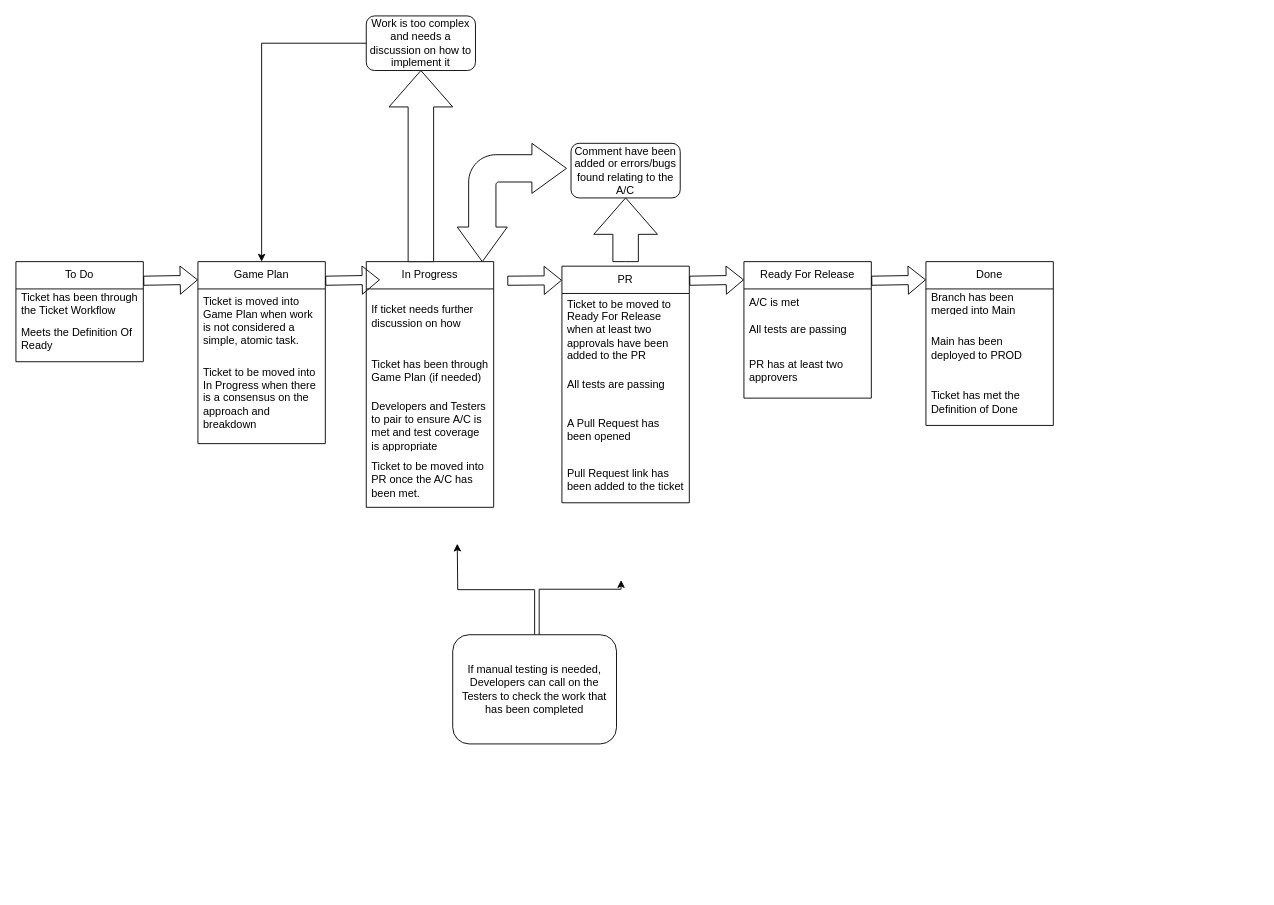
Before: Untitled Diagram.drawio in EmmaHawkins/test_flows, a draw.io diagram. Source tidied: cells renumbered, new cells numbered last; positions are measured from the earlier drawing's top-left corner, leaving out a move shared by most shapes. Both pictures are drawn from the tidied source at 91%, with x=0, y=0 at pixel (15, 15).
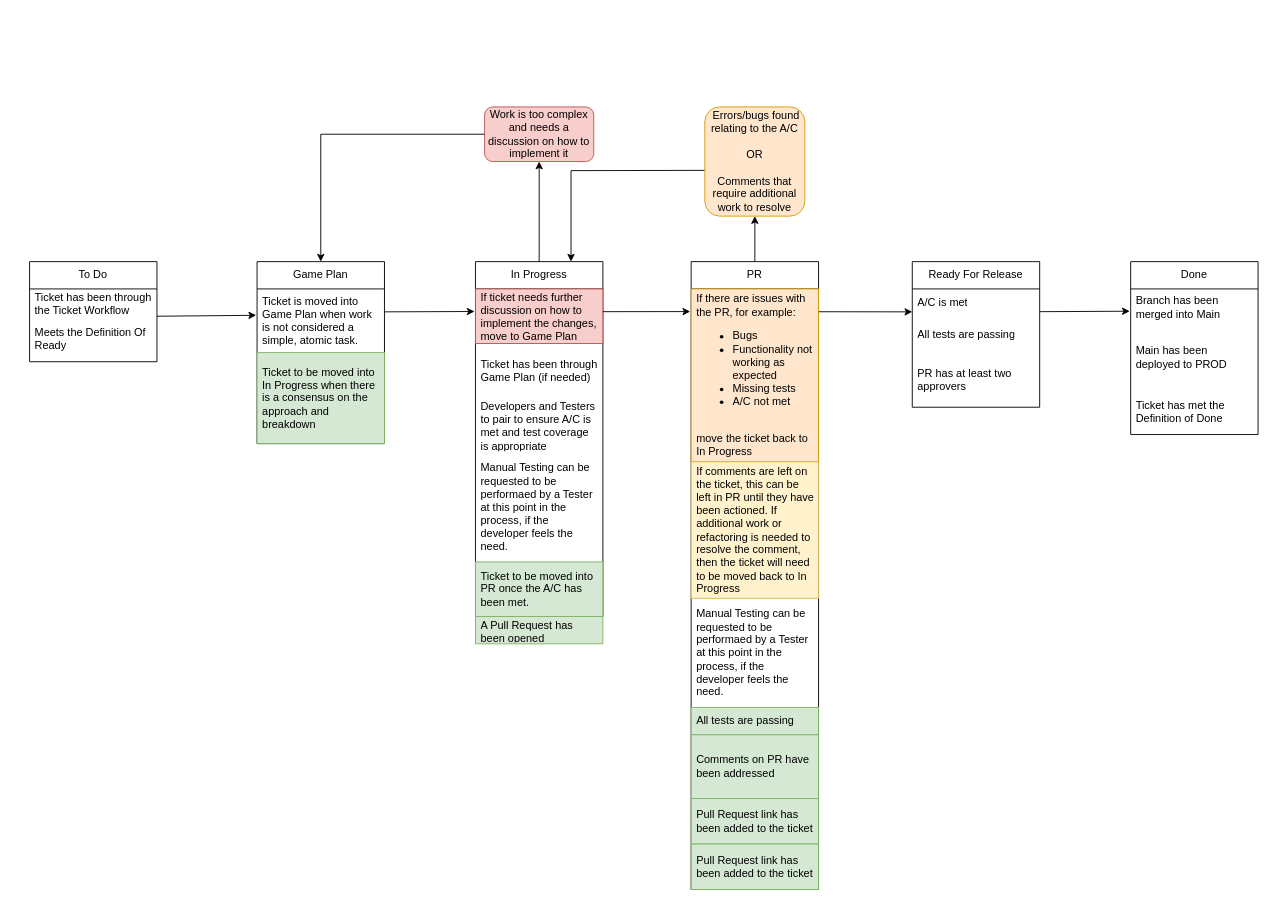
The same page after the edit.

The change refers to these unchanged cells:
```xml
<mxCell id="6" value="Ticket is moved into Game Plan when work is not considered a simple, atomic task." style="text;strokeColor=none;fillColor=none;align=left;verticalAlign=middle;spacingLeft=4;spacingRight=4;overflow=hidden;points=[[0,0.5],[1,0.5]];portConstraint=eastwest;whiteSpace=wrap;html=1;" parent="5" vertex="1">
  <mxGeometry y="30" width="140" height="70" as="geometry" />
</mxCell>
```

What changed in the source:
```diff
@@
     <mxCell id="2" value="To Do" style="swimlane;fontStyle=0;horizontal=1;startSize=30;whiteSpace=wrap;html=1;" parent="1" vertex="1">
-      <mxGeometry y="270" width="140" height="110" as="geometry" />
+      <mxGeometry x="15" y="270" width="140" height="110" as="geometry" />
     </mxCell>
@@
     <mxCell id="5" value="Game Plan" style="swimlane;fontStyle=0;horizontal=1;startSize=30;whiteSpace=wrap;html=1;" parent="1" vertex="1">
-      <mxGeometry x="200" y="270" width="140" height="200" as="geometry" />
+      <mxGeometry x="265" y="270" width="140" height="200" as="geometry" />
     </mxCell>
@@
-    <mxCell id="7" value="Ticket to be moved into In Progress when there is a consensus on the approach and breakdown" style="text;strokeColor=none;fillColor=none;align=left;verticalAlign=middle;spacingLeft=4;spacingRight=4;overflow=hidden;whiteSpace=wrap;html=1;" parent="5" vertex="1">
+    <mxCell id="7" value="Ticket to be moved into In Progress when there is a consensus on the approach and breakdown" style="text;strokeColor=#82b366;fillColor=#d5e8d4;align=left;verticalAlign=middle;spacingLeft=4;spacingRight=4;overflow=hidden;whiteSpace=wrap;html=1;" parent="5" vertex="1">
       <mxGeometry y="100" width="140" height="100" as="geometry" />
     </mxCell>
     <mxCell id="8" value="In Progress" style="swimlane;fontStyle=0;horizontal=1;startSize=30;whiteSpace=wrap;html=1;" parent="1" vertex="1">
-      <mxGeometry x="385" y="270" width="140" height="270" as="geometry" />
+      <mxGeometry x="505" y="270" width="140" height="390" as="geometry" />
     </mxCell>
-    <mxCell id="9" value="If ticket needs further discussion on how" style="text;strokeColor=none;fillColor=none;align=left;verticalAlign=middle;spacingLeft=4;spacingRight=4;overflow=hidden;whiteSpace=wrap;html=1;" parent="8" vertex="1">
+    <mxCell id="9" value="If ticket needs further discussion on how to implement the changes, move to Game Plan" style="text;strokeColor=#b85450;fillColor=#f8cecc;align=left;verticalAlign=middle;spacingLeft=4;spacingRight=4;overflow=hidden;whiteSpace=wrap;html=1;" parent="8" vertex="1">
       <mxGeometry y="30" width="140" height="60" as="geometry" />
     </mxCell>
@@
+    <mxCell id="40" value="Manual Testing can be requested to be performaed by a Tester at this point in the process, if the developer feels the need." style="text;strokeColor=none;fillColor=none;align=left;verticalAlign=middle;spacingLeft=4;spacingRight=4;overflow=hidden;whiteSpace=wrap;html=1;" parent="8" vertex="1">
+      <mxGeometry y="210" width="140" height="120" as="geometry" />
+    </mxCell>
-    <mxCell id="12" value="Ticket to be moved into&amp;nbsp; PR once the A/C has been met." style="text;strokeColor=none;fillColor=none;align=left;verticalAlign=middle;spacingLeft=4;spacingRight=4;overflow=hidden;whiteSpace=wrap;html=1;" parent="8" vertex="1">
-      <mxGeometry y="210" width="140" height="60" as="geometry" />
+    <mxCell id="12" value="Ticket to be moved into&amp;nbsp; PR once the A/C has been met." style="text;strokeColor=#82b366;fillColor=#d5e8d4;align=left;verticalAlign=middle;spacingLeft=4;spacingRight=4;overflow=hidden;whiteSpace=wrap;html=1;" parent="8" vertex="1">
+      <mxGeometry y="330" width="140" height="60" as="geometry" />
     </mxCell>
+    <mxCell id="41" style="edgeStyle=orthogonalEdgeStyle;rounded=0;jettySize=auto;html=1;" parent="1" edge="1" source="13" target="33">
+      <mxGeometry relative="1" as="geometry" />
+    </mxCell>
     <mxCell id="13" value="PR" style="swimlane;fontStyle=0;horizontal=1;startSize=30;whiteSpace=wrap;html=1;" parent="1" vertex="1">
-      <mxGeometry x="600" y="275" width="140" height="260" as="geometry" />
+      <mxGeometry x="742" y="270" width="140" height="690" as="geometry" />
     </mxCell>
+    <mxCell id="42" value="&lt;span style=&quot;background-color: initial;&quot;&gt;If there are issues with the PR, for example:&amp;nbsp;&lt;br&gt;&lt;ul&gt;&lt;li&gt;Bugs&lt;/li&gt;&lt;li&gt;Functionality not working as expected&lt;/li&gt;&lt;li&gt;Missing tests&lt;/li&gt;&lt;li&gt;A/C not met&lt;/li&gt;&lt;/ul&gt;&lt;/span&gt;&lt;br&gt;move the ticket back to In Progress" style="text;strokeColor=#d79b00;fillColor=#ffe6cc;align=left;verticalAlign=middle;spacingLeft=4;spacingRight=4;overflow=hidden;points=[[0,0.5],[1,0.5]];portConstraint=eastwest;whiteSpace=wrap;html=1;" parent="13" vertex="1">
+      <mxGeometry y="30" width="140" height="190" as="geometry" />
+    </mxCell>
-    <mxCell id="14" value="Ticket to be moved to Ready For Release when at least two approvals have been added to the PR" style="text;strokeColor=none;fillColor=none;align=left;verticalAlign=middle;spacingLeft=4;spacingRight=4;overflow=hidden;whiteSpace=wrap;html=1;" parent="13" vertex="1">
-      <mxGeometry y="30" width="140" height="80" as="geometry" />
+    <mxCell id="14" value="If comments are left on the ticket, this can be left in PR until they have been actioned. If additional work or refactoring is needed to resolve the comment, then the ticket will need to be moved back to In Progress" style="text;strokeColor=#d6b656;fillColor=#fff2cc;align=left;verticalAlign=middle;spacingLeft=4;spacingRight=4;overflow=hidden;whiteSpace=wrap;html=1;" parent="13" vertex="1">
+      <mxGeometry y="220" width="140" height="150" as="geometry" />
     </mxCell>
+    <mxCell id="43" value="Manual Testing can be requested to be performaed by a Tester at this point in the process, if the developer feels the need." style="text;strokeColor=none;fillColor=none;align=left;verticalAlign=middle;spacingLeft=4;spacingRight=4;overflow=hidden;whiteSpace=wrap;html=1;" parent="13" vertex="1">
+      <mxGeometry y="370" width="140" height="120" as="geometry" />
+    </mxCell>
-    <mxCell id="15" value="All tests are passing" style="text;strokeColor=none;fillColor=none;align=left;verticalAlign=middle;spacingLeft=4;spacingRight=4;overflow=hidden;whiteSpace=wrap;html=1;" parent="13" vertex="1">
-      <mxGeometry y="110" width="140" height="40" as="geometry" />
+    <mxCell id="15" value="All tests are passing" style="text;strokeColor=#82b366;fillColor=#d5e8d4;align=left;verticalAlign=middle;spacingLeft=4;spacingRight=4;overflow=hidden;whiteSpace=wrap;html=1;" parent="13" vertex="1">
+      <mxGeometry y="490" width="140" height="30" as="geometry" />
     </mxCell>
-    <mxCell id="16" value="A Pull Request has been opened" style="text;strokeColor=none;fillColor=none;align=left;verticalAlign=middle;spacingLeft=4;spacingRight=4;overflow=hidden;whiteSpace=wrap;html=1;" parent="13" vertex="1">
-      <mxGeometry y="150" width="140" height="60" as="geometry" />
-    </mxCell>
+    <mxCell id="44" value="Comments on PR have been addressed" style="text;strokeColor=#82b366;fillColor=#d5e8d4;align=left;verticalAlign=middle;spacingLeft=4;spacingRight=4;overflow=hidden;whiteSpace=wrap;html=1;" parent="13" vertex="1">
+      <mxGeometry y="520" width="140" height="70" as="geometry" />
+    </mxCell>
+    <mxCell id="45" value="Pull Request link has been added to the ticket" style="text;strokeColor=#82b366;fillColor=#d5e8d4;align=left;verticalAlign=middle;spacingLeft=4;spacingRight=4;overflow=hidden;whiteSpace=wrap;html=1;" parent="13" vertex="1">
+      <mxGeometry y="590" width="140" height="50" as="geometry" />
+    </mxCell>
-    <mxCell id="17" value="Pull Request link has been added to the ticket" style="text;strokeColor=none;fillColor=none;align=left;verticalAlign=middle;spacingLeft=4;spacingRight=4;overflow=hidden;whiteSpace=wrap;html=1;" parent="13" vertex="1">
-      <mxGeometry y="210" width="140" height="50" as="geometry" />
+    <mxCell id="17" value="Pull Request link has been added to the ticket" style="text;strokeColor=#82b366;fillColor=#d5e8d4;align=left;verticalAlign=middle;spacingLeft=4;spacingRight=4;overflow=hidden;whiteSpace=wrap;html=1;" parent="13" vertex="1">
+      <mxGeometry y="640" width="140" height="50" as="geometry" />
     </mxCell>
     <mxCell id="18" value="Ready For Release" style="swimlane;fontStyle=0;horizontal=1;startSize=30;whiteSpace=wrap;html=1;" parent="1" vertex="1">
-      <mxGeometry x="800" y="270" width="140" height="150" as="geometry" />
+      <mxGeometry x="985" y="270" width="140" height="160" as="geometry" />
     </mxCell>
@@
     <mxCell id="20" value="All tests are passing" style="text;strokeColor=none;fillColor=none;align=left;verticalAlign=middle;spacingLeft=4;spacingRight=4;overflow=hidden;whiteSpace=wrap;html=1;" parent="18" vertex="1">
-      <mxGeometry y="60" width="140" height="30" as="geometry" />
+      <mxGeometry y="60" width="140" height="40" as="geometry" />
     </mxCell>
     <mxCell id="21" value="PR has at least two approvers" style="text;strokeColor=none;fillColor=none;align=left;verticalAlign=middle;spacingLeft=4;spacingRight=4;overflow=hidden;whiteSpace=wrap;html=1;" parent="18" vertex="1">
-      <mxGeometry y="90" width="140" height="60" as="geometry" />
+      <mxGeometry y="100" width="140" height="60" as="geometry" />
     </mxCell>
     <mxCell id="22" value="Done" style="swimlane;fontStyle=0;horizontal=1;startSize=30;whiteSpace=wrap;html=1;" parent="1" vertex="1">
-      <mxGeometry x="1000" y="270" width="140" height="180" as="geometry" />
+      <mxGeometry x="1225" y="270" width="140" height="190" as="geometry" />
     </mxCell>
     <mxCell id="23" value="Branch has been merged into Main" style="text;strokeColor=none;fillColor=none;align=left;verticalAlign=middle;spacingLeft=4;spacingRight=4;overflow=hidden;whiteSpace=wrap;html=1;" parent="22" vertex="1">
-      <mxGeometry y="30" width="140" height="30" as="geometry" />
+      <mxGeometry y="30" width="140" height="40" as="geometry" />
     </mxCell>
     <mxCell id="24" value="Main has been deployed to PROD" style="text;strokeColor=none;fillColor=none;align=left;verticalAlign=middle;spacingLeft=4;spacingRight=4;overflow=hidden;whiteSpace=wrap;html=1;" parent="22" vertex="1">
-      <mxGeometry y="60" width="140" height="70" as="geometry" />
+      <mxGeometry y="70" width="140" height="70" as="geometry" />
     </mxCell>
     <mxCell id="25" value="Ticket has met the Definition of Done" style="text;strokeColor=none;fillColor=none;align=left;verticalAlign=middle;spacingLeft=4;spacingRight=4;overflow=hidden;whiteSpace=wrap;html=1;" parent="22" vertex="1">
-      <mxGeometry y="130" width="140" height="50" as="geometry" />
+      <mxGeometry y="140" width="140" height="50" as="geometry" />
     </mxCell>
-    <mxCell id="26" style="shape=flexArrow;endArrow=classic;html=1;rounded=0;" parent="1" edge="1">
-      <mxGeometry relative="1" as="geometry">
-        <mxPoint x="340" y="291" as="sourcePoint" />
-        <mxPoint x="400" y="290" as="targetPoint" />
-      </mxGeometry>
-    </mxCell>
-    <mxCell id="27" style="shape=flexArrow;endArrow=classic;html=1;rounded=0;" parent="1" edge="1">
-      <mxGeometry relative="1" as="geometry">
-        <mxPoint x="540" y="291" as="sourcePoint" />
-        <mxPoint x="600" y="290" as="targetPoint" />
-        <Array as="points">
-          <mxPoint x="600" y="290.5" />
-        </Array>
-      </mxGeometry>
-    </mxCell>
-    <mxCell id="28" style="shape=flexArrow;endArrow=classic;html=1;rounded=0;" parent="1" edge="1">
-      <mxGeometry relative="1" as="geometry">
-        <mxPoint x="740" y="291" as="sourcePoint" />
-        <mxPoint x="800" y="290" as="targetPoint" />
-      </mxGeometry>
-    </mxCell>
-    <mxCell id="29" style="shape=flexArrow;endArrow=classic;html=1;rounded=0;" parent="1" edge="1">
-      <mxGeometry relative="1" as="geometry">
-        <mxPoint x="140" y="291" as="sourcePoint" />
-        <mxPoint x="200" y="290" as="targetPoint" />
-      </mxGeometry>
-    </mxCell>
-    <mxCell id="30" style="shape=flexArrow;endArrow=classic;html=1;rounded=0;" parent="1" edge="1">
-      <mxGeometry relative="1" as="geometry">
-        <mxPoint x="940" y="291" as="sourcePoint" />
-        <mxPoint x="1000" y="290" as="targetPoint" />
-      </mxGeometry>
-    </mxCell>
-    <mxCell id="31" value="Work is too complex and needs a discussion on how to implement it" style="rounded=1;whiteSpace=wrap;html=1;" parent="1" vertex="1">
-      <mxGeometry x="385" width="120" height="60" as="geometry" />
+    <mxCell id="31" value="Work is too complex and needs a discussion on how to implement it" style="rounded=1;whiteSpace=wrap;html=1;fillColor=#f8cecc;strokeColor=#b85450;" parent="1" vertex="1">
+      <mxGeometry x="515" y="100" width="120" height="60" as="geometry" />
     </mxCell>
-    <mxCell id="32" style="html=1;shadow=0;dashed=0;align=center;verticalAlign=middle;shape=mxgraph.arrows2.arrow;dy=0.6;dx=40;direction=north;notch=0;" parent="1" vertex="1">
-      <mxGeometry x="410" y="60" width="70" height="210" as="geometry" />
-    </mxCell>
-    <mxCell id="33" value="Comment have been added or errors/bugs found relating to the A/C" style="rounded=1;whiteSpace=wrap;html=1;" parent="1" vertex="1">
-      <mxGeometry x="610" y="140" width="120" height="60" as="geometry" />
+    <mxCell id="33" value="&amp;nbsp;Errors/bugs found relating to the A/C&lt;br&gt;&lt;br&gt;OR&lt;br&gt;&lt;br&gt;Comments that require additional work to resolve" style="rounded=1;whiteSpace=wrap;html=1;fillColor=#ffe6cc;strokeColor=#d79b00;" parent="1" vertex="1">
+      <mxGeometry x="757" y="100" width="110" height="120" as="geometry" />
     </mxCell>
-    <mxCell id="34" style="html=1;shadow=0;dashed=0;align=center;verticalAlign=middle;shape=mxgraph.arrows2.arrow;dy=0.6;dx=40;direction=north;notch=0;" parent="1" vertex="1">
-      <mxGeometry x="635" y="200" width="70" height="70" as="geometry" />
-    </mxCell>
-    <mxCell id="35" style="html=1;shadow=0;dashed=0;align=center;verticalAlign=middle;shape=mxgraph.arrows2.bendDoubleArrow;dy=15;dx=38;arrowHead=55;rounded=1;" parent="1" vertex="1">
-      <mxGeometry x="485" y="140" width="120" height="130" as="geometry" />
-    </mxCell>
-    <mxCell id="36" style="edgeStyle=orthogonalEdgeStyle;rounded=0;jettySize=auto;html=1;" parent="1" edge="1" source="37">
-      <mxGeometry relative="1" as="geometry">
-        <mxPoint x="485" y="580" as="targetPoint" />
-      </mxGeometry>
-    </mxCell>
-    <mxCell id="37" value="If manual testing is needed, Developers can call on the Testers to check the work that has been completed" style="rounded=1;whiteSpace=wrap;html=1;" parent="1" vertex="1">
-      <mxGeometry x="480" y="680" width="180" height="120" as="geometry" />
-    </mxCell>
-    <mxCell id="38" style="edgeStyle=orthogonalEdgeStyle;rounded=0;orthogonalLoop=1;jettySize=auto;html=1;" parent="1" edge="1">
-      <mxGeometry relative="1" as="geometry">
-        <mxPoint x="575" y="680" as="sourcePoint" />
-        <mxPoint x="665" y="620" as="targetPoint" />
-        <Array as="points">
-          <mxPoint x="575" y="630" />
-          <mxPoint x="665" y="630" />
-        </Array>
-      </mxGeometry>
-    </mxCell>
     <mxCell id="39" style="endArrow=classic;html=1;rounded=0;exitX=0;exitY=0.5;exitDx=0;exitDy=0;entryX=0.5;entryY=0;entryDx=0;entryDy=0;" parent="1" edge="1" source="31" target="5">
       <mxGeometry relative="1" as="geometry">
         <Array as="points">
-          <mxPoint x="270" y="30" />
+          <mxPoint x="335" y="130" />
         </Array>
       </mxGeometry>
     </mxCell>
+    <mxCell id="46" style="endArrow=classic;html=1;rounded=0;entryX=0.5;entryY=1;entryDx=0;entryDy=0;exitX=0.5;exitY=0;exitDx=0;exitDy=0;" parent="1" edge="1" source="8" target="31">
+      <mxGeometry relative="1" as="geometry" />
+    </mxCell>
+    <mxCell id="47" style="endArrow=classic;html=1;rounded=0;entryX=-0.007;entryY=0.414;entryDx=0;entryDy=0;entryPerimeter=0;" parent="1" edge="1" target="6">
+      <mxGeometry relative="1" as="geometry">
+        <mxPoint x="155" y="330" as="sourcePoint" />
+      </mxGeometry>
+    </mxCell>
+    <mxCell id="48" style="endArrow=classic;html=1;rounded=0;" parent="1" edge="1">
+      <mxGeometry relative="1" as="geometry">
+        <mxPoint x="405" y="325.2" as="sourcePoint" />
+        <mxPoint x="504" y="324.8" as="targetPoint" />
+      </mxGeometry>
+    </mxCell>
+    <mxCell id="49" style="endArrow=classic;html=1;rounded=0;entryX=-0.007;entryY=0.131;entryDx=0;entryDy=0;entryPerimeter=0;" parent="1" edge="1" target="42">
+      <mxGeometry relative="1" as="geometry">
+        <mxPoint x="645" y="325" as="sourcePoint" />
+      </mxGeometry>
+    </mxCell>
+    <mxCell id="50" style="endArrow=classic;html=1;rounded=0;exitX=1.003;exitY=0.132;exitDx=0;exitDy=0;exitPerimeter=0;" parent="1" edge="1" source="42">
+      <mxGeometry relative="1" as="geometry">
+        <mxPoint x="985" y="325.2" as="targetPoint" />
+      </mxGeometry>
+    </mxCell>
+    <mxCell id="51" style="endArrow=classic;html=1;rounded=0;" parent="1" edge="1">
+      <mxGeometry relative="1" as="geometry">
+        <mxPoint x="1125" y="325" as="sourcePoint" />
+        <mxPoint x="1224" y="324.5" as="targetPoint" />
+      </mxGeometry>
+    </mxCell>
+    <mxCell id="52" style="endArrow=classic;html=1;rounded=0;entryX=0.75;entryY=0;entryDx=0;entryDy=0;exitX=-0.004;exitY=0.581;exitDx=0;exitDy=0;exitPerimeter=0;" parent="1" edge="1" source="33" target="8">
+      <mxGeometry relative="1" as="geometry">
+        <Array as="points">
+          <mxPoint x="610" y="170" />
+        </Array>
+      </mxGeometry>
+    </mxCell>
+    <mxCell id="16" value="A Pull Request has been opened" style="text;strokeColor=#82b366;fillColor=#d5e8d4;align=left;verticalAlign=middle;spacingLeft=4;spacingRight=4;overflow=hidden;whiteSpace=wrap;html=1;" parent="1" vertex="1">
+      <mxGeometry x="505" y="660" width="140" height="30" as="geometry" />
+    </mxCell>
```
